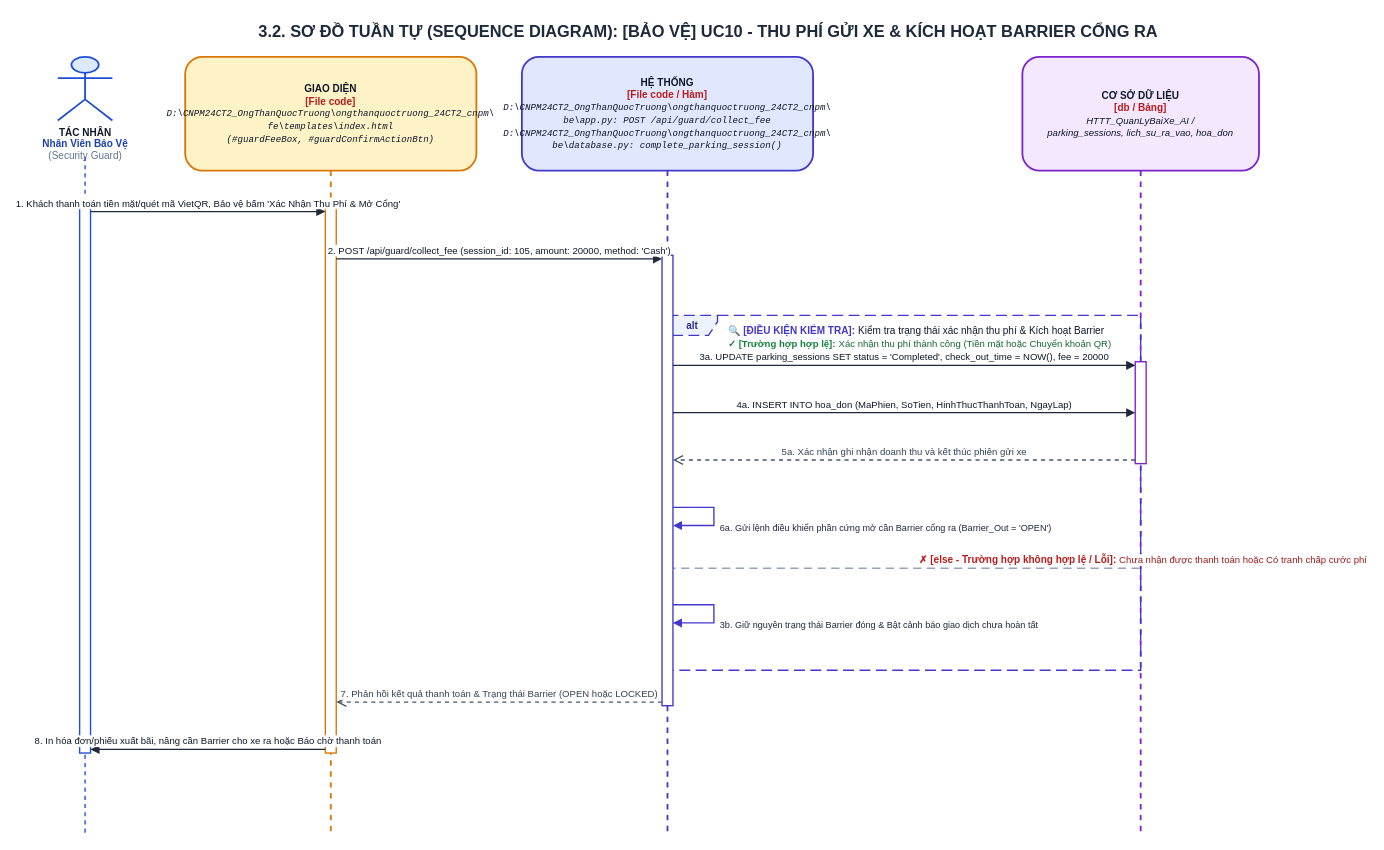
The draw.io diagram ongthanquoctruong_24CT2_cnpm/docs/drawio/uc10_guard_collect_fee_barrier.drawio in Truong027/CNPM24, before the edit. Source tidied: cells renumbered, new cells numbered last; positions are measured from the earlier drawing's top-left corner, leaving out a move shared by most shapes. Both pictures are drawn from the tidied source at 91%, with x=0, y=0 at pixel (48, 15).
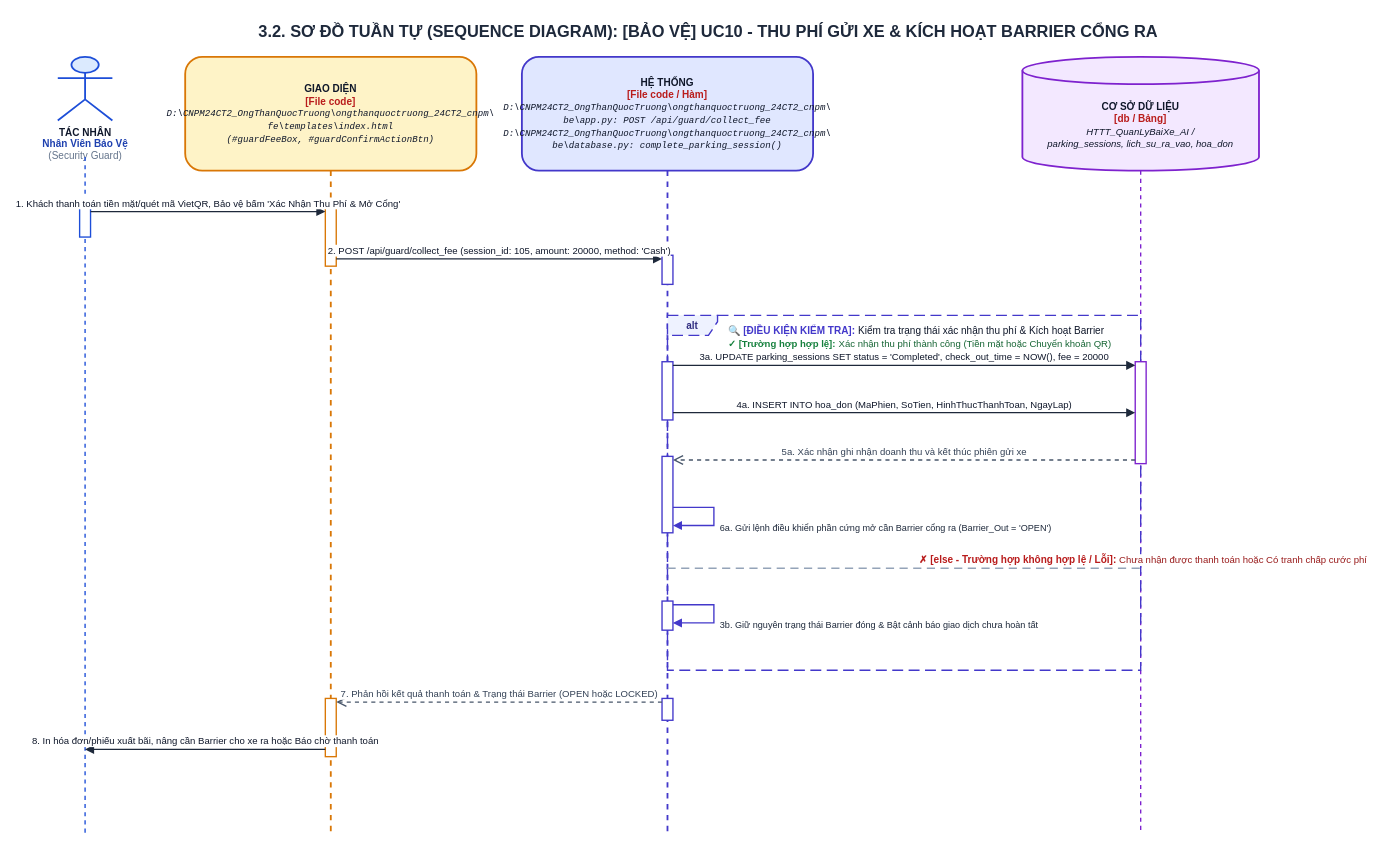
After the change.

What changed in the source:
```diff
@@
+    <mxCell id="24" value="&lt;b&gt;CƠ SỞ DỮ LIỆU&lt;/b&gt;&lt;br/&gt;&lt;font color='#B91C1C'&gt;&lt;b&gt;[db / Bảng]&lt;/b&gt;&lt;/font&gt;&lt;br/&gt;&lt;font style='font-size: 10.5px;'&gt;&lt;i&gt;HTTT_QuanLyBaiXe_AI /&lt;br/&gt;parking_sessions, lich_su_ra_vao, hoa_don&lt;/i&gt;&lt;/font&gt;" style="shape=cylinder3;whiteSpace=wrap;html=1;boundedLbl=1;backgroundOutline=1;size=15;fillColor=#F3E8FF;strokeColor=#7E22CE;strokeWidth=2;fontColor=#0F172A;align=center;fontSize=11;" parent="1" vertex="1">
+      <mxGeometry x="1070" y="45" width="260" height="125" as="geometry" />
+    </mxCell>
-    <mxCell id="7" value="&lt;b&gt;CƠ SỞ DỮ LIỆU&lt;/b&gt;&lt;br/&gt;&lt;font color='#B91C1C'&gt;&lt;b&gt;[db / Bảng]&lt;/b&gt;&lt;/font&gt;&lt;br/&gt;&lt;font style='font-size: 10.5px;'&gt;&lt;i&gt;HTTT_QuanLyBaiXe_AI /&lt;br/&gt;parking_sessions, lich_su_ra_vao, hoa_don&lt;/i&gt;&lt;/font&gt;" style="shape=umlLifeline;perimeter=lifelinePerimeter;whiteSpace=wrap;html=1;size=125;fillColor=#F3E8FF;strokeColor=#7E22CE;strokeWidth=2;fontColor=#0F172A;rounded=1;shadow=0;fontSize=11;align=center;" parent="1" vertex="1">
-      <mxGeometry x="1070" y="45" width="260" height="853" as="geometry" />
+    <mxCell id="7" style="endArrow=none;dashed=1;html=1;strokeWidth=1.5;strokeColor=#7E22CE;" parent="1" edge="1">
+      <mxGeometry relative="1" as="geometry">
+        <mxPoint x="1200" y="170" as="sourcePoint" />
+        <mxPoint x="1200" y="898" as="targetPoint" />
+      </mxGeometry>
     </mxCell>
@@
-    <mxCell id="11" style="html=1;perimeter=orthogonalPerimeter;targetShapes=umlLifeline;topToBottom=1;fillColor=#FFFFFF;strokeColor=#1D4ED8;strokeWidth=1.5;rounded=0;" parent="1" vertex="1">
-      <mxGeometry x="34" y="211" width="12" height="599" as="geometry" />
-    </mxCell>
-    <mxCell id="12" style="html=1;perimeter=orthogonalPerimeter;targetShapes=umlLifeline;topToBottom=1;fillColor=#FFFFFF;strokeColor=#D97706;strokeWidth=1.5;rounded=0;" parent="1" vertex="1">
-      <mxGeometry x="304" y="211" width="12" height="599" as="geometry" />
-    </mxCell>
-    <mxCell id="13" style="html=1;perimeter=orthogonalPerimeter;targetShapes=umlLifeline;topToBottom=1;fillColor=#FFFFFF;strokeColor=#4338CA;strokeWidth=1.5;rounded=0;" parent="1" vertex="1">
-      <mxGeometry x="674" y="263" width="12" height="495" as="geometry" />
-    </mxCell>
+    <mxCell id="25" style="html=1;perimeter=orthogonalPerimeter;targetShapes=umlLifeline;topToBottom=1;fillColor=#FFFFFF;strokeColor=#1D4ED8;strokeWidth=1.5;rounded=0;" parent="1" vertex="1">
+      <mxGeometry x="34" y="211" width="12" height="32" as="geometry" />
+    </mxCell>
+    <mxCell id="26" style="html=1;perimeter=orthogonalPerimeter;targetShapes=umlLifeline;topToBottom=1;fillColor=#FFFFFF;strokeColor=#D97706;strokeWidth=1.5;rounded=0;" parent="1" vertex="1">
+      <mxGeometry x="304" y="211" width="12" height="64" as="geometry" />
+    </mxCell>
+    <mxCell id="27" style="html=1;perimeter=orthogonalPerimeter;targetShapes=umlLifeline;topToBottom=1;fillColor=#FFFFFF;strokeColor=#D97706;strokeWidth=1.5;rounded=0;" parent="1" vertex="1">
+      <mxGeometry x="304" y="750" width="12" height="64" as="geometry" />
+    </mxCell>
+    <mxCell id="28" style="html=1;perimeter=orthogonalPerimeter;targetShapes=umlLifeline;topToBottom=1;fillColor=#FFFFFF;strokeColor=#4338CA;strokeWidth=1.5;rounded=0;" parent="1" vertex="1">
+      <mxGeometry x="674" y="263" width="12" height="32" as="geometry" />
+    </mxCell>
+    <mxCell id="29" style="html=1;perimeter=orthogonalPerimeter;targetShapes=umlLifeline;topToBottom=1;fillColor=#FFFFFF;strokeColor=#4338CA;strokeWidth=1.5;rounded=0;" parent="1" vertex="1">
+      <mxGeometry x="674" y="380" width="12" height="64" as="geometry" />
+    </mxCell>
+    <mxCell id="30" style="html=1;perimeter=orthogonalPerimeter;targetShapes=umlLifeline;topToBottom=1;fillColor=#FFFFFF;strokeColor=#4338CA;strokeWidth=1.5;rounded=0;" parent="1" vertex="1">
+      <mxGeometry x="674" y="484" width="12" height="84" as="geometry" />
+    </mxCell>
+    <mxCell id="31" style="html=1;perimeter=orthogonalPerimeter;targetShapes=umlLifeline;topToBottom=1;fillColor=#FFFFFF;strokeColor=#4338CA;strokeWidth=1.5;rounded=0;" parent="1" vertex="1">
+      <mxGeometry x="674" y="643" width="12" height="32" as="geometry" />
+    </mxCell>
+    <mxCell id="32" style="html=1;perimeter=orthogonalPerimeter;targetShapes=umlLifeline;topToBottom=1;fillColor=#FFFFFF;strokeColor=#4338CA;strokeWidth=1.5;rounded=0;" parent="1" vertex="1">
+      <mxGeometry x="674" y="750" width="12" height="24" as="geometry" />
+    </mxCell>
@@
     <mxCell id="23" value="8. In hóa đơn/phiếu xuất bãi, nâng cần Barrier cho xe ra hoặc Báo chờ thanh toán" style="html=1;verticalAlign=bottom;endArrow=block;rounded=0;strokeColor=#1E293B;strokeWidth=1.5;fontColor=#0F172A;fontSize=10.5;" parent="1" edge="1">
       <mxGeometry relative="1" as="geometry">
         <mxPoint x="304" y="806" as="sourcePoint" />
-        <mxPoint x="46" y="806" as="targetPoint" />
+        <mxPoint x="40" y="806" as="targetPoint" />
       </mxGeometry>
     </mxCell>
```
